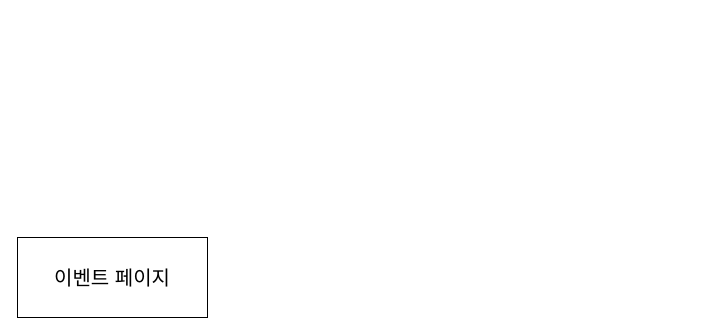
This is Untitled Diagram.drawio from hjss705/web2, a draw.io file, before an edit. Source tidied: cells renumbered, new cells numbered last; positions are measured from the earlier drawing's top-left corner, leaving out a move shared by most shapes. Both pictures are drawn from the tidied source at 100%, with x=0, y=0 at pixel (17, 237).
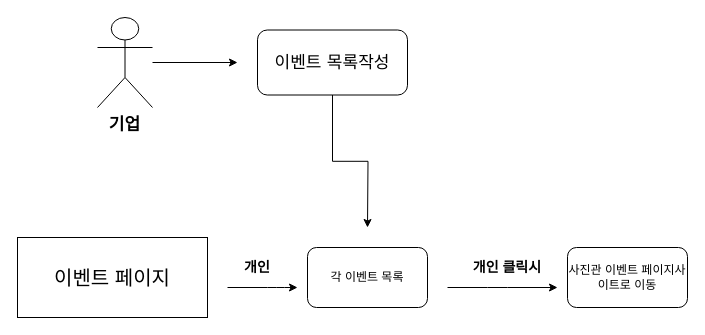
After the change.

Commit message:
이벤트페이지

What changed in the source:
```diff
@@
 <mxGraphModel>
   <root>
     <mxCell id="0" />
     <mxCell id="1" parent="0" />
     <mxCell id="2" value="&lt;font style=&quot;font-size: 20px&quot;&gt;이벤트 페이지&lt;/font&gt;" style="rounded=0;whiteSpace=wrap;html=1;" parent="1" vertex="1">
       <mxGeometry width="190" height="80" as="geometry" />
     </mxCell>
+    <mxCell id="3" style="endArrow=classic;html=1;" parent="1" edge="1">
+      <mxGeometry relative="1" as="geometry">
+        <mxPoint x="210" y="50" as="sourcePoint" />
+        <mxPoint x="280" y="50" as="targetPoint" />
+        <Array as="points">
+          <mxPoint x="260" y="50" />
+        </Array>
+      </mxGeometry>
+    </mxCell>
+    <mxCell id="4" value="&lt;b&gt;&lt;font style=&quot;font-size: 14px&quot;&gt;개인&lt;/font&gt;&lt;/b&gt;" style="text;html=1;strokeColor=none;fillColor=none;align=center;verticalAlign=middle;whiteSpace=wrap;rounded=0;rotation=0;" parent="1" vertex="1">
+      <mxGeometry x="220" y="20" width="40" height="20" as="geometry" />
+    </mxCell>
+    <mxCell id="5" value="각 이벤트 목록" style="rounded=1;whiteSpace=wrap;html=1;" parent="1" vertex="1">
+      <mxGeometry x="290" y="10" width="120" height="60" as="geometry" />
+    </mxCell>
+    <mxCell id="6" value="사진관 이벤트 페이지사이트로 이동" style="rounded=1;whiteSpace=wrap;html=1;" parent="1" vertex="1">
+      <mxGeometry x="550" y="10" width="120" height="60" as="geometry" />
+    </mxCell>
+    <mxCell id="7" style="endArrow=classic;html=1;" parent="1" edge="1">
+      <mxGeometry relative="1" as="geometry">
+        <mxPoint x="430" y="50" as="sourcePoint" />
+        <mxPoint x="540" y="50" as="targetPoint" />
+        <Array as="points">
+          <mxPoint x="480" y="50" />
+        </Array>
+      </mxGeometry>
+    </mxCell>
+    <mxCell id="8" value="&lt;b&gt;&lt;font style=&quot;font-size: 14px&quot;&gt;개인 클릭시&lt;/font&gt;&lt;/b&gt;" style="text;html=1;strokeColor=none;fillColor=none;align=center;verticalAlign=middle;whiteSpace=wrap;rounded=0;rotation=0;" parent="1" vertex="1">
+      <mxGeometry x="450" y="20" width="80" height="20" as="geometry" />
+    </mxCell>
+    <mxCell id="9" style="edgeStyle=orthogonalEdgeStyle;rounded=0;jettySize=auto;html=1;fontFamily=Verdana;fontSize=17;" parent="1" edge="1" source="10">
+      <mxGeometry relative="1" as="geometry">
+        <mxPoint x="220" y="-175" as="targetPoint" />
+      </mxGeometry>
+    </mxCell>
+    <mxCell id="10" value="기업" style="shape=umlActor;verticalLabelPosition=bottom;verticalAlign=top;outlineConnect=0;fontFamily=Verdana;labelPosition=center;align=center;labelBackgroundColor=none;fontStyle=1;fontSize=17;" parent="1" vertex="1">
+      <mxGeometry x="80" y="-220" width="55" height="90" as="geometry" />
+    </mxCell>
+    <mxCell id="11" style="edgeStyle=orthogonalEdgeStyle;rounded=0;jettySize=auto;html=1;fontFamily=Verdana;fontSize=17;" parent="1" edge="1" source="12">
+      <mxGeometry relative="1" as="geometry">
+        <mxPoint x="350" y="-10" as="targetPoint" />
+      </mxGeometry>
+    </mxCell>
+    <mxCell id="12" value="이벤트 목록작성" style="rounded=1;whiteSpace=wrap;html=1;labelBackgroundColor=none;fontFamily=Verdana;fontSize=17;" parent="1" vertex="1">
+      <mxGeometry x="240" y="-207.5" width="150" height="65" as="geometry" />
+    </mxCell>
   </root>
 </mxGraphModel>
```
